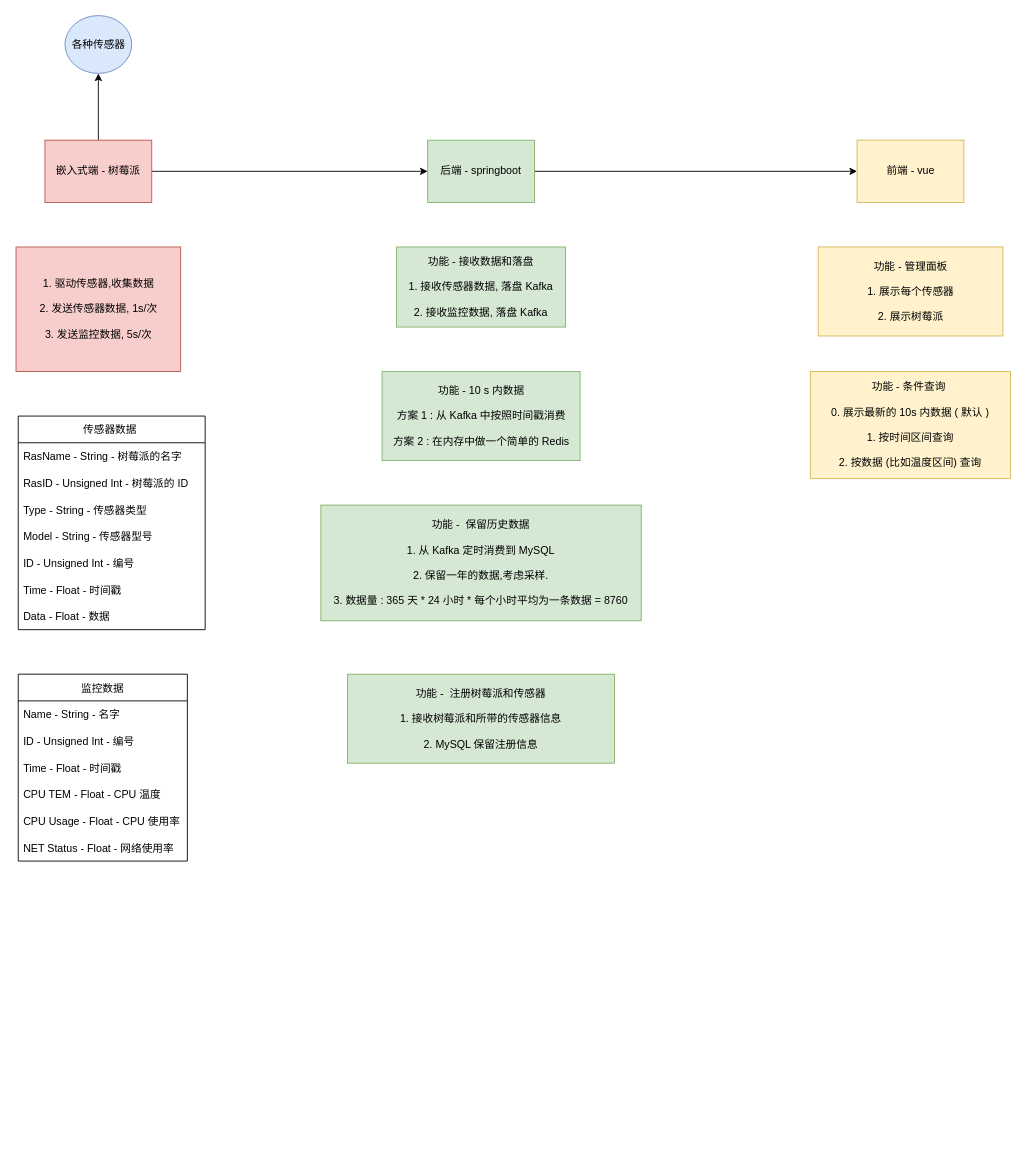
Before: System-Design.drawio in LiteHome/Raspberry-Home-Backend, a draw.io diagram. Source tidied: cells renumbered, new cells numbered last; positions are measured from the earlier drawing's top-left corner, leaving out a move shared by most shapes. Both pictures are drawn from the tidied source at 89%, with x=0, y=0 at pixel (16, 15).
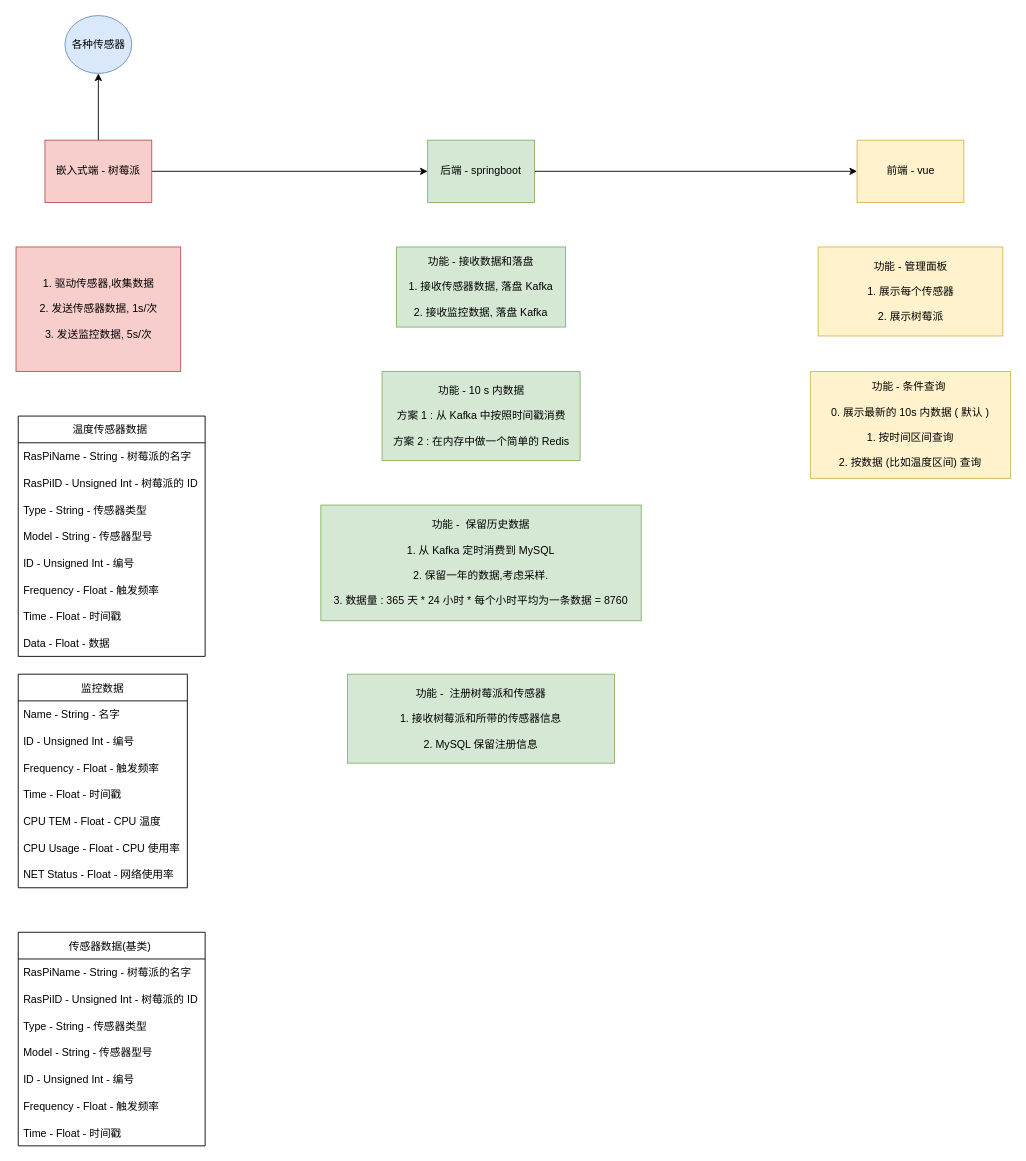
The same diagram, later.

Diff of the diagram source:
```diff
@@
-    <mxCell id="15" value="传感器数据 " style="swimlane;fontStyle=0;horizontal=1;startSize=30;" parent="1" vertex="1">
-      <mxGeometry x="2" y="450" width="210" height="240" as="geometry" />
+    <mxCell id="15" value="温度传感器数据 " style="swimlane;fontStyle=0;horizontal=1;startSize=30;" parent="1" vertex="1">
+      <mxGeometry x="2" y="450" width="210" height="270" as="geometry" />
     </mxCell>
-    <mxCell id="16" value="RasName - String - 树莓派的名字" style="text;strokeColor=none;fillColor=none;align=left;verticalAlign=middle;spacingLeft=4;spacingRight=4;overflow=hidden;" parent="15" vertex="1">
+    <mxCell id="16" value="RasPiName - String - 树莓派的名字" style="text;strokeColor=none;fillColor=none;align=left;verticalAlign=middle;spacingLeft=4;spacingRight=4;overflow=hidden;" parent="15" vertex="1">
       <mxGeometry y="30" width="210" height="30" as="geometry" />
     </mxCell>
-    <mxCell id="17" value="RasID - Unsigned Int - 树莓派的 ID" style="text;strokeColor=none;fillColor=none;align=left;verticalAlign=middle;spacingLeft=4;spacingRight=4;overflow=hidden;" parent="15" vertex="1">
+    <mxCell id="17" value="RasPiID - Unsigned Int - 树莓派的 ID" style="text;strokeColor=none;fillColor=none;align=left;verticalAlign=middle;spacingLeft=4;spacingRight=4;overflow=hidden;" parent="15" vertex="1">
       <mxGeometry y="60" width="210" height="30" as="geometry" />
     </mxCell>
@@
+    <mxCell id="31" value="Frequency - Float - 触发频率" style="text;strokeColor=none;fillColor=none;align=left;verticalAlign=middle;spacingLeft=4;spacingRight=4;overflow=hidden;" parent="15" vertex="1">
+      <mxGeometry y="180" width="210" height="30" as="geometry" />
+    </mxCell>
     <mxCell id="21" value="Time - Float - 时间戳" style="text;strokeColor=none;fillColor=none;align=left;verticalAlign=middle;spacingLeft=4;spacingRight=4;overflow=hidden;" parent="15" vertex="1">
-      <mxGeometry y="180" width="210" height="30" as="geometry" />
+      <mxGeometry y="210" width="210" height="30" as="geometry" />
     </mxCell>
     <mxCell id="22" value="Data - Float - 数据" style="text;strokeColor=none;fillColor=none;align=left;verticalAlign=middle;spacingLeft=4;spacingRight=4;overflow=hidden;" parent="15" vertex="1">
-      <mxGeometry y="210" width="210" height="30" as="geometry" />
+      <mxGeometry y="240" width="210" height="30" as="geometry" />
     </mxCell>
     <mxCell id="23" value="监控数据" style="swimlane;fontStyle=0;horizontal=1;startSize=30;" parent="1" vertex="1">
-      <mxGeometry x="2" y="740" width="190" height="210" as="geometry" />
+      <mxGeometry x="2" y="740" width="190" height="240" as="geometry" />
     </mxCell>
@@
+    <mxCell id="32" value="Frequency - Float - 触发频率" style="text;strokeColor=none;fillColor=none;align=left;verticalAlign=middle;spacingLeft=4;spacingRight=4;overflow=hidden;" parent="23" vertex="1">
+      <mxGeometry y="90" width="190" height="30" as="geometry" />
+    </mxCell>
     <mxCell id="26" value="Time - Float - 时间戳" style="text;strokeColor=none;fillColor=none;align=left;verticalAlign=middle;spacingLeft=4;spacingRight=4;overflow=hidden;" parent="23" vertex="1">
-      <mxGeometry y="90" width="190" height="30" as="geometry" />
+      <mxGeometry y="120" width="190" height="30" as="geometry" />
     </mxCell>
     <mxCell id="27" value="CPU TEM - Float - CPU 温度" style="text;strokeColor=none;fillColor=none;align=left;verticalAlign=middle;spacingLeft=4;spacingRight=4;overflow=hidden;" parent="23" vertex="1">
-      <mxGeometry y="120" width="190" height="30" as="geometry" />
+      <mxGeometry y="150" width="190" height="30" as="geometry" />
     </mxCell>
     <mxCell id="28" value="CPU Usage - Float - CPU 使用率" style="text;strokeColor=none;fillColor=none;align=left;verticalAlign=middle;spacingLeft=4;spacingRight=4;overflow=hidden;" parent="23" vertex="1">
-      <mxGeometry y="150" width="190" height="30" as="geometry" />
+      <mxGeometry y="180" width="190" height="30" as="geometry" />
     </mxCell>
     <mxCell id="29" value="NET Status - Float - 网络使用率" style="text;strokeColor=none;fillColor=none;align=left;verticalAlign=middle;spacingLeft=4;spacingRight=4;overflow=hidden;" parent="23" vertex="1">
-      <mxGeometry y="180" width="190" height="30" as="geometry" />
+      <mxGeometry y="210" width="190" height="30" as="geometry" />
     </mxCell>
@@
+    <mxCell id="33" value="传感器数据(基类) " style="swimlane;fontStyle=0;horizontal=1;startSize=30;" parent="1" vertex="1">
+      <mxGeometry x="2" y="1030" width="210" height="240" as="geometry" />
+    </mxCell>
+    <mxCell id="34" value="RasPiName - String - 树莓派的名字" style="text;strokeColor=none;fillColor=none;align=left;verticalAlign=middle;spacingLeft=4;spacingRight=4;overflow=hidden;" parent="33" vertex="1">
+      <mxGeometry y="30" width="210" height="30" as="geometry" />
+    </mxCell>
+    <mxCell id="35" value="RasPiID - Unsigned Int - 树莓派的 ID" style="text;strokeColor=none;fillColor=none;align=left;verticalAlign=middle;spacingLeft=4;spacingRight=4;overflow=hidden;" parent="33" vertex="1">
+      <mxGeometry y="60" width="210" height="30" as="geometry" />
+    </mxCell>
+    <mxCell id="36" value="Type - String - 传感器类型" style="text;strokeColor=none;fillColor=none;align=left;verticalAlign=middle;spacingLeft=4;spacingRight=4;overflow=hidden;" parent="33" vertex="1">
+      <mxGeometry y="90" width="210" height="30" as="geometry" />
+    </mxCell>
+    <mxCell id="37" value="Model - String - 传感器型号" style="text;strokeColor=none;fillColor=none;align=left;verticalAlign=middle;spacingLeft=4;spacingRight=4;overflow=hidden;" parent="33" vertex="1">
+      <mxGeometry y="120" width="210" height="30" as="geometry" />
+    </mxCell>
+    <mxCell id="38" value="ID - Unsigned Int - 编号" style="text;strokeColor=none;fillColor=none;align=left;verticalAlign=middle;spacingLeft=4;spacingRight=4;overflow=hidden;" parent="33" vertex="1">
+      <mxGeometry y="150" width="210" height="30" as="geometry" />
+    </mxCell>
+    <mxCell id="39" value="Frequency - Float - 触发频率" style="text;strokeColor=none;fillColor=none;align=left;verticalAlign=middle;spacingLeft=4;spacingRight=4;overflow=hidden;" parent="33" vertex="1">
+      <mxGeometry y="180" width="210" height="30" as="geometry" />
+    </mxCell>
+    <mxCell id="40" value="Time - Float - 时间戳" style="text;strokeColor=none;fillColor=none;align=left;verticalAlign=middle;spacingLeft=4;spacingRight=4;overflow=hidden;" parent="33" vertex="1">
+      <mxGeometry y="210" width="210" height="30" as="geometry" />
+    </mxCell>
```
